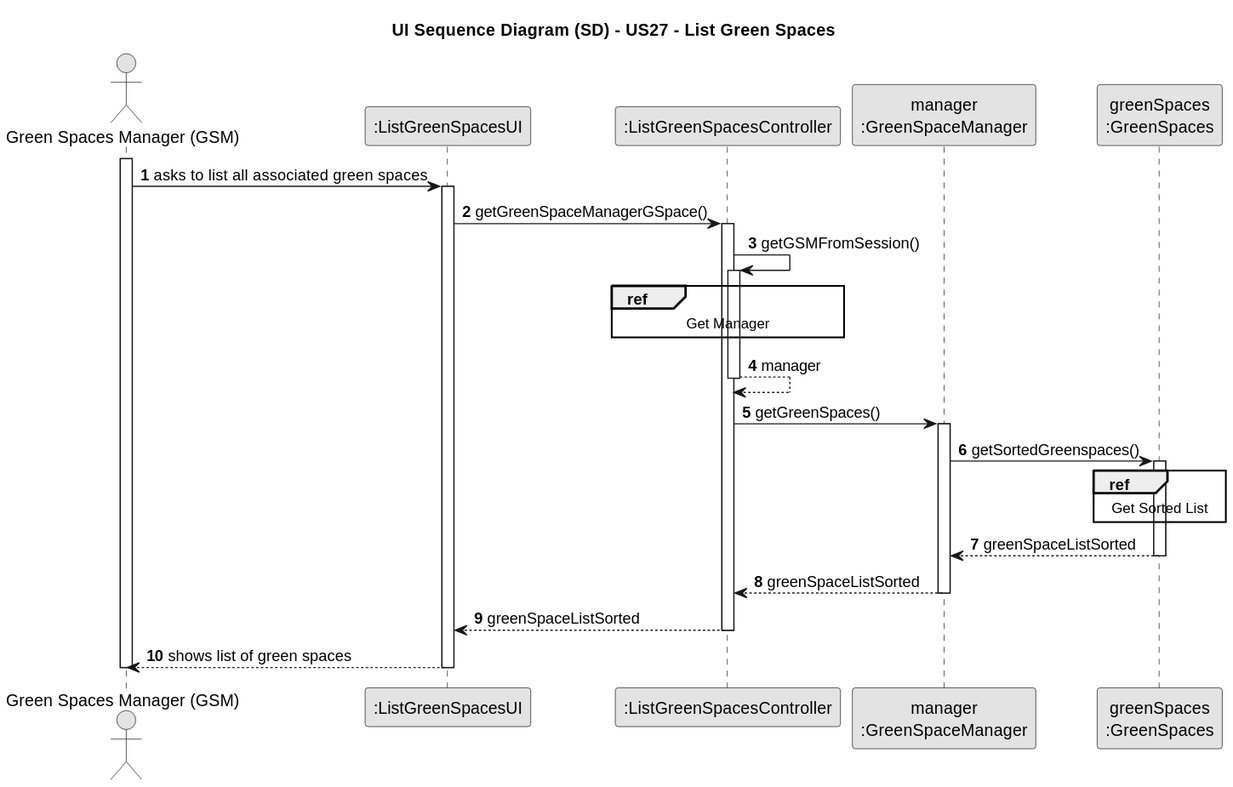
Above: docs/sprint3/us27/03.design/svg/us27-sequence-diagram.svg in Departamento-de-Engenharia-Informatica/lei-24-s2-1db-g022 (PlantUML), before the change.
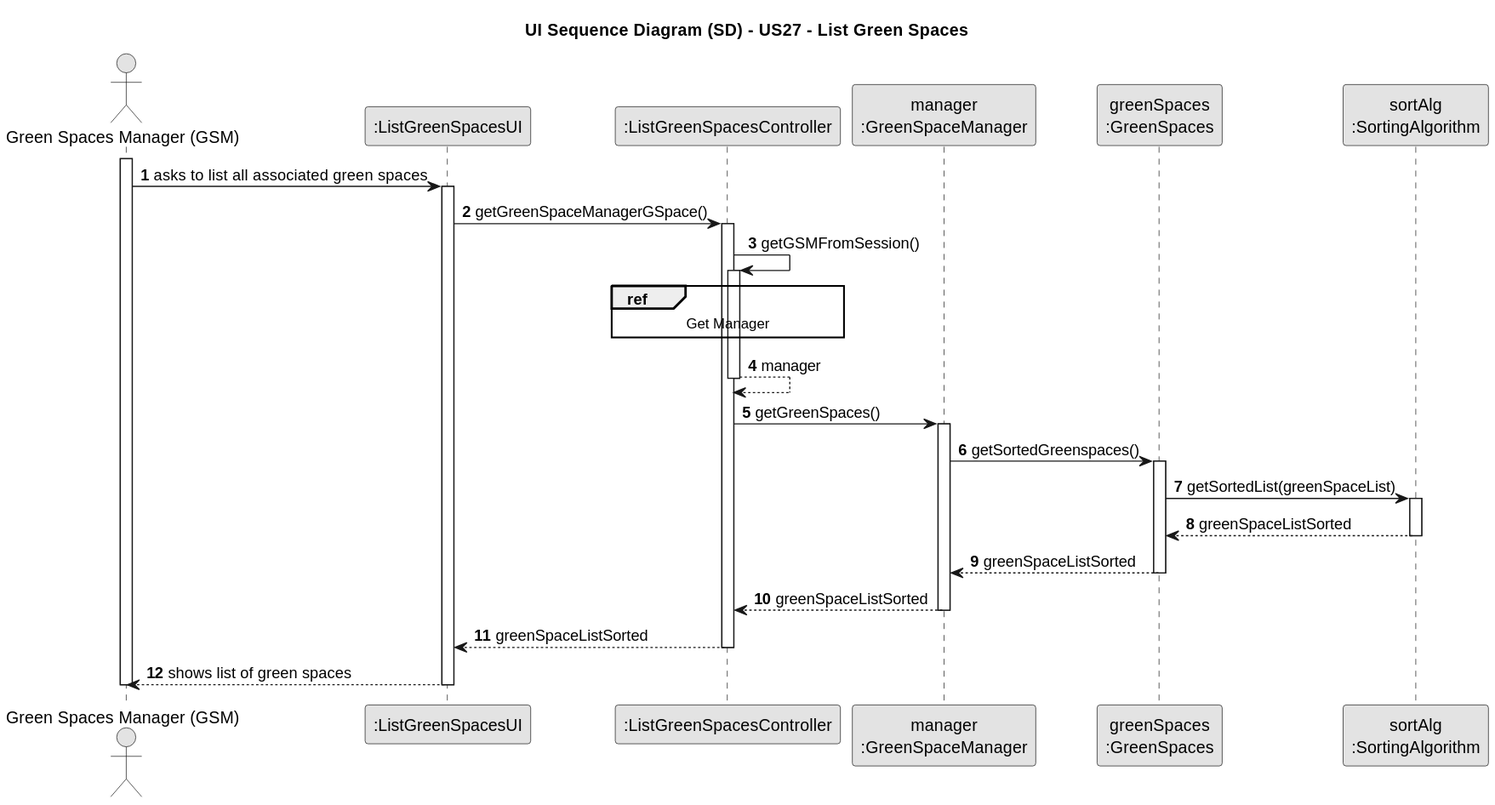
The same file after the commit.

Change to the diagram source:
```diff
@@ -12,6 +12,7 @@
 participant ":ListGreenSpacesController" as CTRL
 participant "manager\n:GreenSpaceManager" as GSMO
 participant "greenSpaces\n:GreenSpaces" as GSL
+participant "sortAlg\n:SortingAlgorithm" as SA
 
 activate GSM
 
@@ -37,9 +38,11 @@
         GSMO -> GSL : getSortedGreenspaces()
     activate GSL
 
-        ref over GSL
-            Get Sorted List
-        end ref
+        GSL -> SA : getSortedList(greenSpaceList)
+    activate SA
+
+        SA --> GSL : greenSpaceListSorted
+    deactivate SA
 
         GSL --> GSMO : greenSpaceListSorted
     deactivate GSL
```
